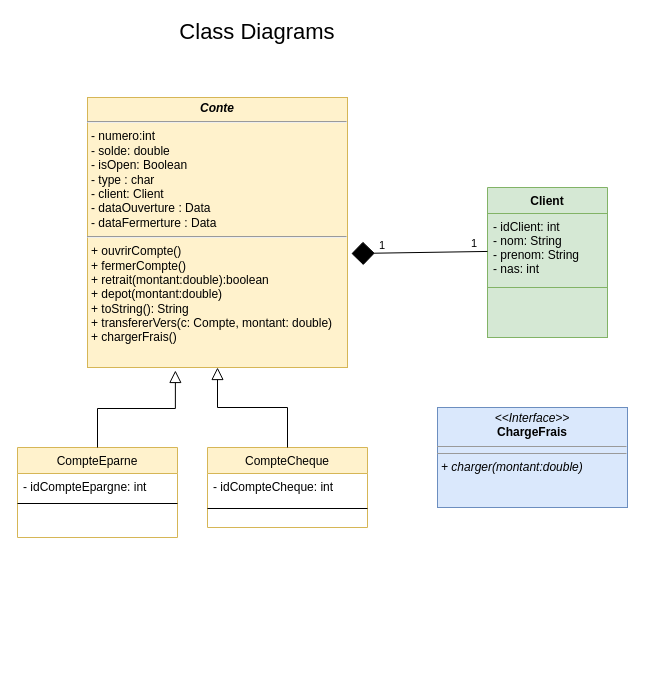
Before: DEPOT/UML_Banque_Java.drawio in LuisCODS/Banque_Java, a draw.io diagram. Source tidied: cells renumbered, new cells numbered last; positions are measured from the earlier drawing's top-left corner, leaving out a move shared by most shapes. Both pictures are drawn from the tidied source at 100%, with x=0, y=0 at pixel (17, 17).
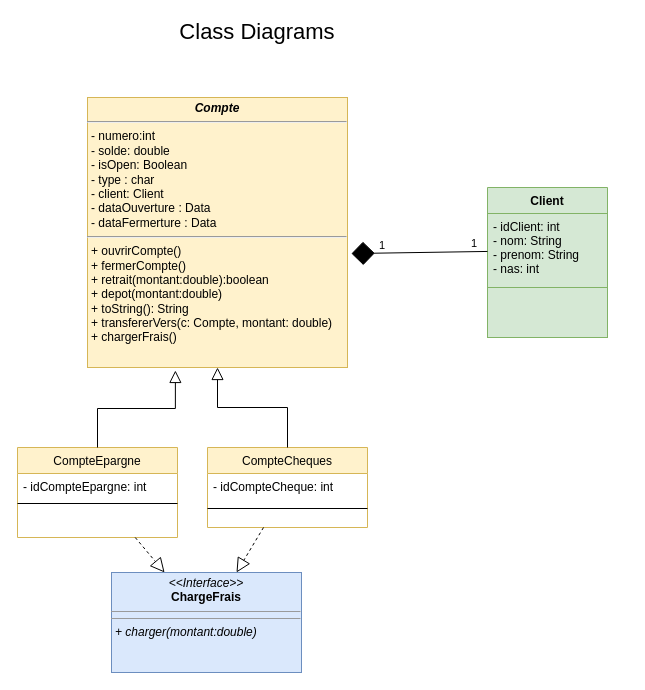
The same page after the edit.

What changed in the source:
```diff
@@
-    <mxCell id="2" value="CompteEparne" style="swimlane;fontStyle=0;align=center;verticalAlign=top;horizontal=1;startSize=26;rounded=0;shadow=0;strokeWidth=1;fillColor=#fff2cc;strokeColor=#d6b656;" parent="1" vertex="1">
+    <mxCell id="2" value="CompteEpargne" style="swimlane;fontStyle=0;align=center;verticalAlign=top;horizontal=1;startSize=26;rounded=0;shadow=0;strokeWidth=1;fillColor=#fff2cc;strokeColor=#d6b656;" parent="1" vertex="1">
       <mxGeometry y="430" width="160" height="90" as="geometry" />
     </mxCell>
@@
-    <mxCell id="6" value="CompteCheque" style="swimlane;fontStyle=0;align=center;verticalAlign=top;horizontal=1;startSize=26;rounded=0;shadow=0;strokeWidth=1;fillColor=#fff2cc;strokeColor=#d6b656;" parent="1" vertex="1">
+    <mxCell id="6" value="CompteCheques" style="swimlane;fontStyle=0;align=center;verticalAlign=top;horizontal=1;startSize=26;rounded=0;shadow=0;strokeWidth=1;fillColor=#fff2cc;strokeColor=#d6b656;" parent="1" vertex="1">
       <mxGeometry x="190" y="430" width="160" height="80" as="geometry" />
     </mxCell>
@@
-    <mxCell id="10" value="&lt;p style=&quot;margin: 4px 0px 0px; text-align: center; font-size: 12px;&quot;&gt;&lt;i style=&quot;font-size: 12px;&quot;&gt;&lt;b style=&quot;font-size: 12px;&quot;&gt;Conte&lt;/b&gt;&lt;/i&gt;&lt;/p&gt;&lt;hr style=&quot;font-size: 12px;&quot;&gt;&lt;p style=&quot;margin: 0px 0px 0px 4px; font-size: 12px;&quot;&gt;&lt;span style=&quot;font-size: 12px;&quot;&gt;&lt;span style=&quot;font-size: 12px;&quot;&gt;- numero:int&lt;/span&gt;&lt;/span&gt;&lt;/p&gt;&lt;p style=&quot;margin: 0px 0px 0px 4px; font-size: 12px;&quot;&gt;&lt;span style=&quot;font-size: 12px;&quot;&gt;&lt;span style=&quot;font-size: 12px;&quot;&gt;- solde: double&lt;/span&gt;&lt;/span&gt;&lt;/p&gt;&lt;p style=&quot;margin: 0px 0px 0px 4px; font-size: 12px;&quot;&gt;&lt;span style=&quot;font-size: 12px;&quot;&gt;&lt;span style=&quot;font-size: 12px;&quot;&gt;- isOpen: Boolean&lt;/span&gt;&lt;/span&gt;&lt;/p&gt;&lt;p style=&quot;margin: 0px 0px 0px 4px; font-size: 12px;&quot;&gt;&lt;span style=&quot;font-size: 12px;&quot;&gt;&lt;span style=&quot;font-size: 12px;&quot;&gt;- type : char&lt;/span&gt;&lt;/span&gt;&lt;/p&gt;&lt;p style=&quot;margin: 0px 0px 0px 4px; font-size: 12px;&quot;&gt;- client: Client&lt;/p&gt;&lt;p style=&quot;margin: 0px 0px 0px 4px; font-size: 12px;&quot;&gt;- dataOuverture : Data&lt;/p&gt;&lt;p style=&quot;margin: 0px 0px 0px 4px; font-size: 12px;&quot;&gt;- dataFermerture : Data&lt;span style=&quot;font-size: 12px;&quot;&gt;&lt;span style=&quot;font-size: 12px;&quot;&gt;&lt;/span&gt;&lt;/span&gt;&lt;span style=&quot;font-size: 12px;&quot;&gt;&lt;span style=&quot;font-size: 12px;&quot;&gt;&lt;/span&gt;&lt;/span&gt;&lt;/p&gt;&lt;p style=&quot;margin: 0px 0px 0px 4px; font-size: 12px;&quot;&gt;&lt;/p&gt;&lt;hr style=&quot;font-size: 12px;&quot;&gt;&lt;p style=&quot;margin: 0px 0px 0px 4px; font-size: 12px;&quot;&gt;+ ouvrirCompte()&lt;br style=&quot;font-size: 12px;&quot;&gt;&lt;/p&gt;&lt;p style=&quot;margin: 0px 0px 0px 4px; font-size: 12px;&quot;&gt;+ fermerCompte()&lt;br style=&quot;font-size: 12px;&quot;&gt;&lt;/p&gt;&lt;p style=&quot;margin: 0px 0px 0px 4px; font-size: 12px;&quot;&gt;+ retrait(montant:double):boolean&lt;/p&gt;&lt;p style=&quot;margin: 0px 0px 0px 4px; font-size: 12px;&quot;&gt;+ depot(montant:double)&lt;br style=&quot;font-size: 12px;&quot;&gt;&lt;/p&gt;&lt;p style=&quot;margin: 0px 0px 0px 4px; font-size: 12px;&quot;&gt;+ toString(): String&lt;/p&gt;&lt;p style=&quot;margin: 0px 0px 0px 4px; font-size: 12px;&quot;&gt;&lt;/p&gt;&lt;p style=&quot;margin: 0px 0px 0px 4px; font-size: 12px;&quot;&gt;+ transfererVers(c: Compte, montant: double)&lt;br style=&quot;font-size: 12px;&quot;&gt;&lt;/p&gt;&lt;p style=&quot;margin: 0px 0px 0px 4px; font-size: 12px;&quot; align=&quot;left&quot;&gt;+ chargerFrais()&lt;br style=&quot;font-size: 12px;&quot;&gt;&lt;/p&gt;&lt;p style=&quot;margin: 0px 0px 0px 4px; font-size: 12px;&quot;&gt;&lt;/p&gt;&lt;p style=&quot;margin: 0px 0px 0px 4px; font-size: 12px;&quot;&gt;&lt;/p&gt;&lt;p style=&quot;margin: 0px 0px 0px 4px; font-size: 12px;&quot;&gt;&lt;/p&gt;&lt;p style=&quot;margin: 0px 0px 0px 4px; font-size: 12px;&quot;&gt;&lt;/p&gt;&lt;p style=&quot;margin: 0px 0px 0px 4px; font-size: 12px;&quot;&gt;&lt;/p&gt;" style="verticalAlign=top;align=left;overflow=fill;fontSize=12;fontFamily=Helvetica;html=1;fillColor=#fff2cc;strokeColor=#d6b656;" parent="1" vertex="1">
+    <mxCell id="10" value="&lt;p style=&quot;margin: 4px 0px 0px; text-align: center; font-size: 12px;&quot;&gt;&lt;i style=&quot;font-size: 12px;&quot;&gt;&lt;b style=&quot;font-size: 12px;&quot;&gt;Compte&lt;/b&gt;&lt;/i&gt;&lt;/p&gt;&lt;hr style=&quot;font-size: 12px;&quot;&gt;&lt;p style=&quot;margin: 0px 0px 0px 4px; font-size: 12px;&quot;&gt;&lt;span style=&quot;font-size: 12px;&quot;&gt;&lt;span style=&quot;font-size: 12px;&quot;&gt;- numero:int&lt;/span&gt;&lt;/span&gt;&lt;/p&gt;&lt;p style=&quot;margin: 0px 0px 0px 4px; font-size: 12px;&quot;&gt;&lt;span style=&quot;font-size: 12px;&quot;&gt;&lt;span style=&quot;font-size: 12px;&quot;&gt;- solde: double&lt;/span&gt;&lt;/span&gt;&lt;/p&gt;&lt;p style=&quot;margin: 0px 0px 0px 4px; font-size: 12px;&quot;&gt;&lt;span style=&quot;font-size: 12px;&quot;&gt;&lt;span style=&quot;font-size: 12px;&quot;&gt;- isOpen: Boolean&lt;/span&gt;&lt;/span&gt;&lt;/p&gt;&lt;p style=&quot;margin: 0px 0px 0px 4px; font-size: 12px;&quot;&gt;&lt;span style=&quot;font-size: 12px;&quot;&gt;&lt;span style=&quot;font-size: 12px;&quot;&gt;- type : char&lt;/span&gt;&lt;/span&gt;&lt;/p&gt;&lt;p style=&quot;margin: 0px 0px 0px 4px; font-size: 12px;&quot;&gt;- client: Client&lt;/p&gt;&lt;p style=&quot;margin: 0px 0px 0px 4px; font-size: 12px;&quot;&gt;- dataOuverture : Data&lt;/p&gt;&lt;p style=&quot;margin: 0px 0px 0px 4px; font-size: 12px;&quot;&gt;- dataFermerture : Data&lt;span style=&quot;font-size: 12px;&quot;&gt;&lt;span style=&quot;font-size: 12px;&quot;&gt;&lt;/span&gt;&lt;/span&gt;&lt;span style=&quot;font-size: 12px;&quot;&gt;&lt;span style=&quot;font-size: 12px;&quot;&gt;&lt;/span&gt;&lt;/span&gt;&lt;/p&gt;&lt;p style=&quot;margin: 0px 0px 0px 4px; font-size: 12px;&quot;&gt;&lt;/p&gt;&lt;hr style=&quot;font-size: 12px;&quot;&gt;&lt;p style=&quot;margin: 0px 0px 0px 4px; font-size: 12px;&quot;&gt;+ ouvrirCompte()&lt;br style=&quot;font-size: 12px;&quot;&gt;&lt;/p&gt;&lt;p style=&quot;margin: 0px 0px 0px 4px; font-size: 12px;&quot;&gt;+ fermerCompte()&lt;br style=&quot;font-size: 12px;&quot;&gt;&lt;/p&gt;&lt;p style=&quot;margin: 0px 0px 0px 4px; font-size: 12px;&quot;&gt;+ retrait(montant:double):boolean&lt;/p&gt;&lt;p style=&quot;margin: 0px 0px 0px 4px; font-size: 12px;&quot;&gt;+ depot(montant:double)&lt;br style=&quot;font-size: 12px;&quot;&gt;&lt;/p&gt;&lt;p style=&quot;margin: 0px 0px 0px 4px; font-size: 12px;&quot;&gt;+ toString(): String&lt;/p&gt;&lt;p style=&quot;margin: 0px 0px 0px 4px; font-size: 12px;&quot;&gt;&lt;/p&gt;&lt;p style=&quot;margin: 0px 0px 0px 4px; font-size: 12px;&quot;&gt;+ transfererVers(c: Compte, montant: double)&lt;br style=&quot;font-size: 12px;&quot;&gt;&lt;/p&gt;&lt;p style=&quot;margin: 0px 0px 0px 4px; font-size: 12px;&quot; align=&quot;left&quot;&gt;+ chargerFrais()&lt;br style=&quot;font-size: 12px;&quot;&gt;&lt;/p&gt;&lt;p style=&quot;margin: 0px 0px 0px 4px; font-size: 12px;&quot;&gt;&lt;/p&gt;&lt;p style=&quot;margin: 0px 0px 0px 4px; font-size: 12px;&quot;&gt;&lt;/p&gt;&lt;p style=&quot;margin: 0px 0px 0px 4px; font-size: 12px;&quot;&gt;&lt;/p&gt;&lt;p style=&quot;margin: 0px 0px 0px 4px; font-size: 12px;&quot;&gt;&lt;/p&gt;&lt;p style=&quot;margin: 0px 0px 0px 4px; font-size: 12px;&quot;&gt;&lt;/p&gt;" style="verticalAlign=top;align=left;overflow=fill;fontSize=12;fontFamily=Helvetica;html=1;fillColor=#fff2cc;strokeColor=#d6b656;" parent="1" vertex="1">
       <mxGeometry x="70" y="80" width="260" height="270" as="geometry" />
     </mxCell>
@@
     <mxCell id="19" value="&lt;p style=&quot;margin:0px;margin-top:4px;text-align:center;&quot;&gt;&lt;i&gt;&amp;lt;&amp;lt;Interface&amp;gt;&amp;gt;&lt;/i&gt;&lt;br&gt;&lt;b&gt;ChargeFrais&lt;/b&gt;&lt;br&gt;&lt;/p&gt;&lt;hr size=&quot;1&quot;&gt;&lt;hr size=&quot;1&quot;&gt;&lt;p style=&quot;margin:0px;margin-left:4px;&quot;&gt;&lt;i&gt;+ charger(montant:double)&lt;/i&gt;&lt;br&gt;&lt;/p&gt;" style="verticalAlign=top;align=left;overflow=fill;fontSize=12;fontFamily=Helvetica;html=1;fillColor=#dae8fc;strokeColor=#6c8ebf;" parent="1" vertex="1">
-      <mxGeometry x="420" y="390" width="190" height="100" as="geometry" />
+      <mxGeometry x="94" y="555" width="190" height="100" as="geometry" />
     </mxCell>
+    <mxCell id="20" style="endArrow=block;dashed=1;endFill=0;endSize=12;html=1;rounded=0;fontSize=17;" parent="1" edge="1" source="2" target="19">
+      <mxGeometry relative="1" as="geometry" />
+    </mxCell>
+    <mxCell id="21" style="endArrow=block;dashed=1;endFill=0;endSize=12;html=1;rounded=0;fontSize=17;" parent="1" edge="1" source="6" target="19">
+      <mxGeometry relative="1" as="geometry" />
+    </mxCell>
```
